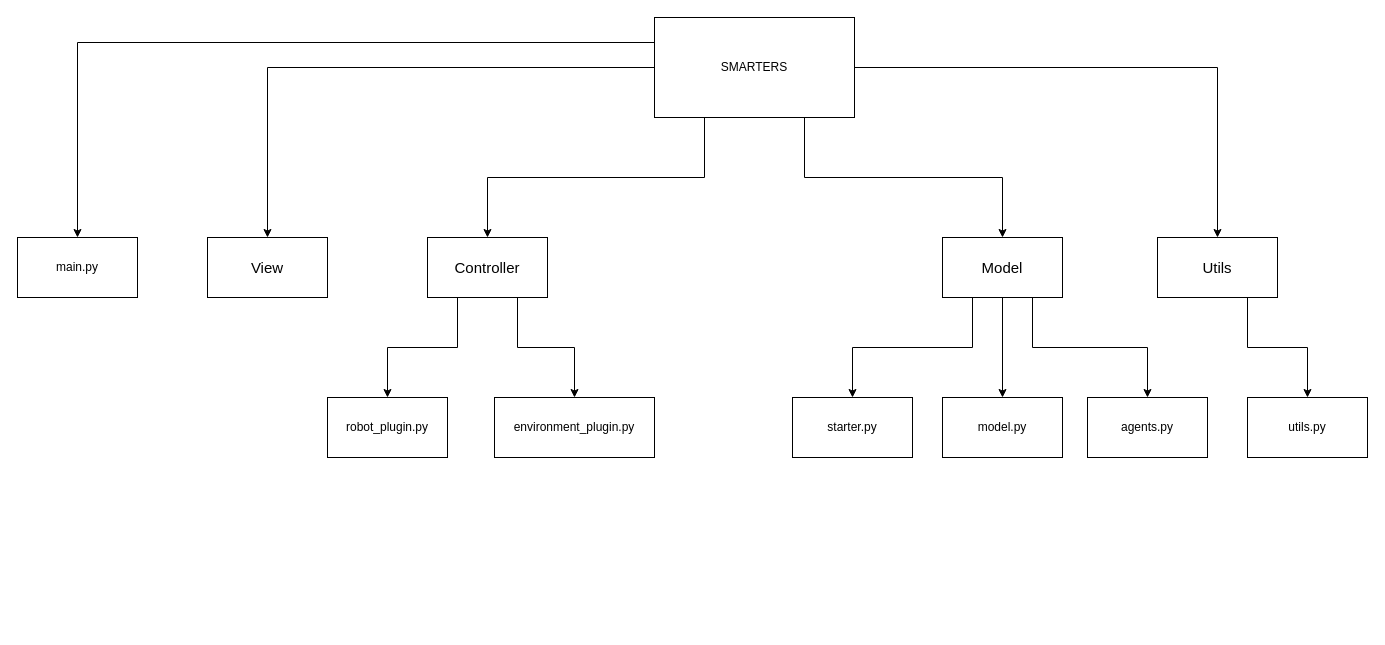
fluorescent-turtle/SMARTERS keeps this draw.io diagram as page "Page-1" (1 of 2) of SoftwareArchitecture.drawio. Above is the earlier version. Source tidied: cells renumbered, new cells numbered last; positions are measured from the earlier drawing's top-left corner, leaving out a move shared by most shapes. Both pictures are drawn from the tidied source at 100%, with x=0, y=0 at pixel (17, 17).
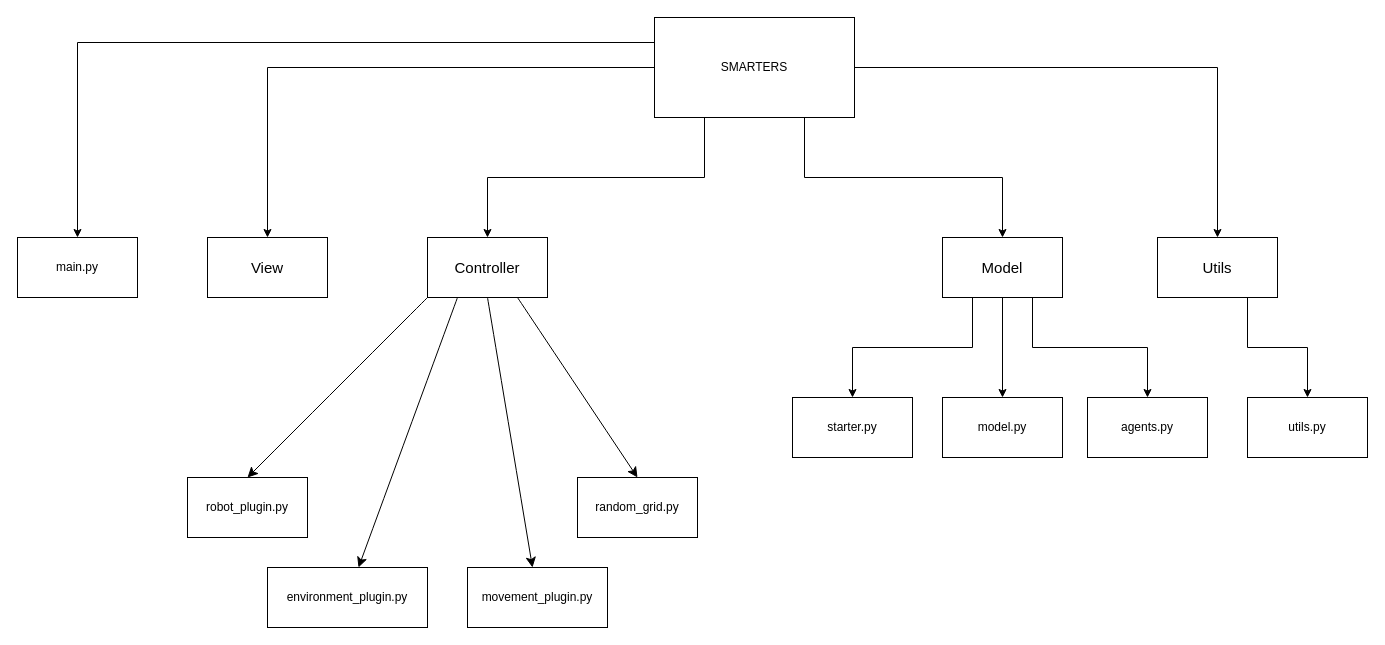
Above is the later version.

The change refers to these unchanged cells:
```xml
<mxCell id="11" value="&lt;font style=&quot;font-size: 15px;&quot;&gt;Controller&lt;/font&gt;" style="rounded=0;whiteSpace=wrap;html=1;" parent="1" vertex="1">
  <mxGeometry x="410" y="220" width="120" height="60" as="geometry" />
</mxCell>
```

The edit, as a diff of the source:
```diff
@@
+    <mxCell id="9" value="&lt;font style=&quot;font-size: 15px;&quot;&gt;View&lt;/font&gt;" style="rounded=0;whiteSpace=wrap;html=1;" parent="1" vertex="1">
+      <mxGeometry x="190" y="220" width="120" height="60" as="geometry" />
+    </mxCell>
-    <mxCell id="8" style="edgeStyle=orthogonalEdgeStyle;rounded=0;jettySize=auto;html=1;exitX=0.25;exitY=1;exitDx=0;exitDy=0;entryX=0.5;entryY=0;entryDx=0;entryDy=0;" parent="1" edge="1" source="11" target="19">
+    <mxCell id="8" style="edgeStyle=none;curved=1;rounded=0;jettySize=auto;html=1;exitX=0;exitY=1;exitDx=0;exitDy=0;entryX=0.5;entryY=0;entryDx=0;entryDy=0;fontSize=12;startSize=8;endSize=8;" parent="1" edge="1" source="11" target="19">
       <mxGeometry relative="1" as="geometry" />
     </mxCell>
-    <mxCell id="9" value="&lt;font style=&quot;font-size: 15px;&quot;&gt;View&lt;/font&gt;" style="rounded=0;whiteSpace=wrap;html=1;" parent="1" vertex="1">
-      <mxGeometry x="190" y="220" width="120" height="60" as="geometry" />
-    </mxCell>
+    <mxCell id="25" style="edgeStyle=none;curved=1;rounded=0;jettySize=auto;html=1;exitX=0.75;exitY=1;exitDx=0;exitDy=0;entryX=0.5;entryY=0;entryDx=0;entryDy=0;fontSize=12;startSize=8;endSize=8;" parent="1" edge="1" source="11" target="28">
+      <mxGeometry relative="1" as="geometry" />
+    </mxCell>
-    <mxCell id="10" style="edgeStyle=orthogonalEdgeStyle;rounded=0;jettySize=auto;html=1;exitX=0.75;exitY=1;exitDx=0;exitDy=0;entryX=0.5;entryY=0;entryDx=0;entryDy=0;" parent="1" edge="1" source="11" target="18">
+    <mxCell id="10" style="edgeStyle=none;curved=1;rounded=0;jettySize=auto;html=1;exitX=0.25;exitY=1;exitDx=0;exitDy=0;fontSize=12;startSize=8;endSize=8;" parent="1" edge="1" source="11" target="18">
       <mxGeometry relative="1" as="geometry" />
     </mxCell>
+    <mxCell id="26" style="edgeStyle=none;curved=1;rounded=0;jettySize=auto;html=1;exitX=0.5;exitY=1;exitDx=0;exitDy=0;fontSize=12;startSize=8;endSize=8;" parent="1" edge="1" source="11" target="27">
+      <mxGeometry relative="1" as="geometry" />
+    </mxCell>
@@
     <mxCell id="18" value="environment_plugin.py" style="rounded=0;whiteSpace=wrap;html=1;" parent="1" vertex="1">
-      <mxGeometry x="477" y="380" width="160" height="60" as="geometry" />
+      <mxGeometry x="250" y="550" width="160" height="60" as="geometry" />
     </mxCell>
     <mxCell id="19" value="robot_plugin.py" style="rounded=0;whiteSpace=wrap;html=1;" parent="1" vertex="1">
-      <mxGeometry x="310" y="380" width="120" height="60" as="geometry" />
+      <mxGeometry x="170" y="460" width="120" height="60" as="geometry" />
     </mxCell>
@@
+    <mxCell id="27" value="movement_plugin.py" style="rounded=0;whiteSpace=wrap;html=1;" parent="1" vertex="1">
+      <mxGeometry x="450" y="550" width="140" height="60" as="geometry" />
+    </mxCell>
+    <mxCell id="28" value="random_grid.py" style="rounded=0;whiteSpace=wrap;html=1;" parent="1" vertex="1">
+      <mxGeometry x="560" y="460" width="120" height="60" as="geometry" />
+    </mxCell>
```
